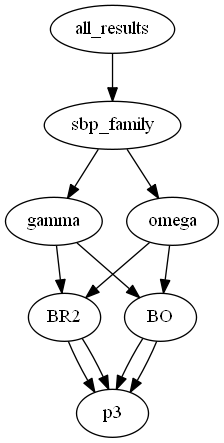
zolargwrk/PySBP keeps this Graphviz diagram as visual/all_results_2d.dot.png. Above is the earlier version. Its source is kept beside it as visual/all_results_2d.dot.
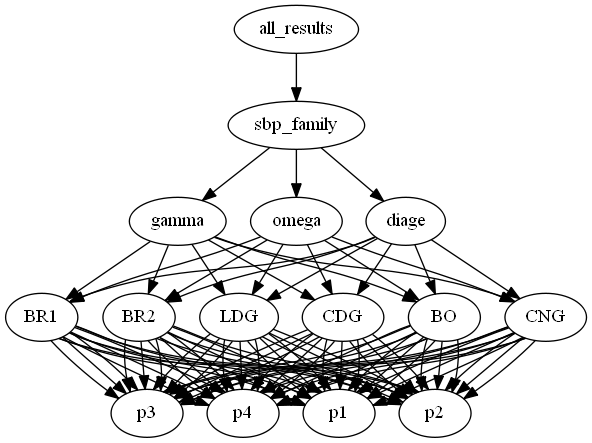
Later version of the same file.

Diff of the diagram source:
```diff
@@ -2,24 +2,190 @@
     "all_results";
     "sbp_family";
     "gamma";
+    "BR1";
+    "p1";
+    "p2";
+    "p3";
+    "p4";
     "BR2";
+    "p1";
+    "p2";
     "p3";
+    "p4";
+    "LDG";
+    "p1";
+    "p2";
+    "p3";
+    "p4";
+    "CDG";
+    "p1";
+    "p2";
+    "p3";
+    "p4";
     "BO";
+    "p1";
+    "p2";
     "p3";
+    "p4";
+    "CNG";
+    "p1";
+    "p2";
+    "p3";
+    "p4";
     "omega";
+    "BR1";
+    "p1";
+    "p2";
+    "p3";
+    "p4";
     "BR2";
+    "p1";
+    "p2";
     "p3";
+    "p4";
+    "LDG";
+    "p1";
+    "p2";
+    "p3";
+    "p4";
+    "CDG";
+    "p1";
+    "p2";
+    "p3";
+    "p4";
     "BO";
+    "p1";
+    "p2";
     "p3";
+    "p4";
+    "CNG";
+    "p1";
+    "p2";
+    "p3";
+    "p4";
+    "diage";
+    "BR1";
+    "p1";
+    "p2";
+    "p3";
+    "p4";
+    "BR2";
+    "p1";
+    "p2";
+    "p3";
+    "p4";
+    "LDG";
+    "p1";
+    "p2";
+    "p3";
+    "p4";
+    "CDG";
+    "p1";
+    "p2";
+    "p3";
+    "p4";
+    "BO";
+    "p1";
+    "p2";
+    "p3";
+    "p4";
+    "CNG";
+    "p1";
+    "p2";
+    "p3";
+    "p4";
     "all_results" -> "sbp_family";
     "sbp_family" -> "gamma";
     "sbp_family" -> "omega";
+    "sbp_family" -> "diage";
+    "gamma" -> "BR1";
     "gamma" -> "BR2";
+    "gamma" -> "LDG";
+    "gamma" -> "CDG";
     "gamma" -> "BO";
+    "gamma" -> "CNG";
+    "BR1" -> "p1";
+    "BR1" -> "p2";
+    "BR1" -> "p3";
+    "BR1" -> "p4";
+    "BR2" -> "p1";
+    "BR2" -> "p2";
     "BR2" -> "p3";
+    "BR2" -> "p4";
+    "LDG" -> "p1";
+    "LDG" -> "p2";
+    "LDG" -> "p3";
+    "LDG" -> "p4";
+    "CDG" -> "p1";
+    "CDG" -> "p2";
+    "CDG" -> "p3";
+    "CDG" -> "p4";
+    "BO" -> "p1";
+    "BO" -> "p2";
     "BO" -> "p3";
+    "BO" -> "p4";
+    "CNG" -> "p1";
+    "CNG" -> "p2";
+    "CNG" -> "p3";
+    "CNG" -> "p4";
+    "omega" -> "BR1";
     "omega" -> "BR2";
+    "omega" -> "LDG";
+    "omega" -> "CDG";
     "omega" -> "BO";
+    "omega" -> "CNG";
+    "BR1" -> "p1";
+    "BR1" -> "p2";
+    "BR1" -> "p3";
+    "BR1" -> "p4";
+    "BR2" -> "p1";
+    "BR2" -> "p2";
     "BR2" -> "p3";
+    "BR2" -> "p4";
+    "LDG" -> "p1";
+    "LDG" -> "p2";
+    "LDG" -> "p3";
+    "LDG" -> "p4";
+    "CDG" -> "p1";
+    "CDG" -> "p2";
+    "CDG" -> "p3";
+    "CDG" -> "p4";
+    "BO" -> "p1";
+    "BO" -> "p2";
     "BO" -> "p3";
+    "BO" -> "p4";
+    "CNG" -> "p1";
+    "CNG" -> "p2";
+    "CNG" -> "p3";
+    "CNG" -> "p4";
+    "diage" -> "BR1";
+    "diage" -> "BR2";
+    "diage" -> "LDG";
+    "diage" -> "CDG";
+    "diage" -> "BO";
+    "diage" -> "CNG";
+    "BR1" -> "p1";
+    "BR1" -> "p2";
+    "BR1" -> "p3";
+    "BR1" -> "p4";
+    "BR2" -> "p1";
+    "BR2" -> "p2";
+    "BR2" -> "p3";
+    "BR2" -> "p4";
+    "LDG" -> "p1";
+    "LDG" -> "p2";
+    "LDG" -> "p3";
+    "LDG" -> "p4";
+    "CDG" -> "p1";
+    "CDG" -> "p2";
+    "CDG" -> "p3";
+    "CDG" -> "p4";
+    "BO" -> "p1";
+    "BO" -> "p2";
+    "BO" -> "p3";
+    "BO" -> "p4";
+    "CNG" -> "p1";
+    "CNG" -> "p2";
+    "CNG" -> "p3";
+    "CNG" -> "p4";
 }
```
